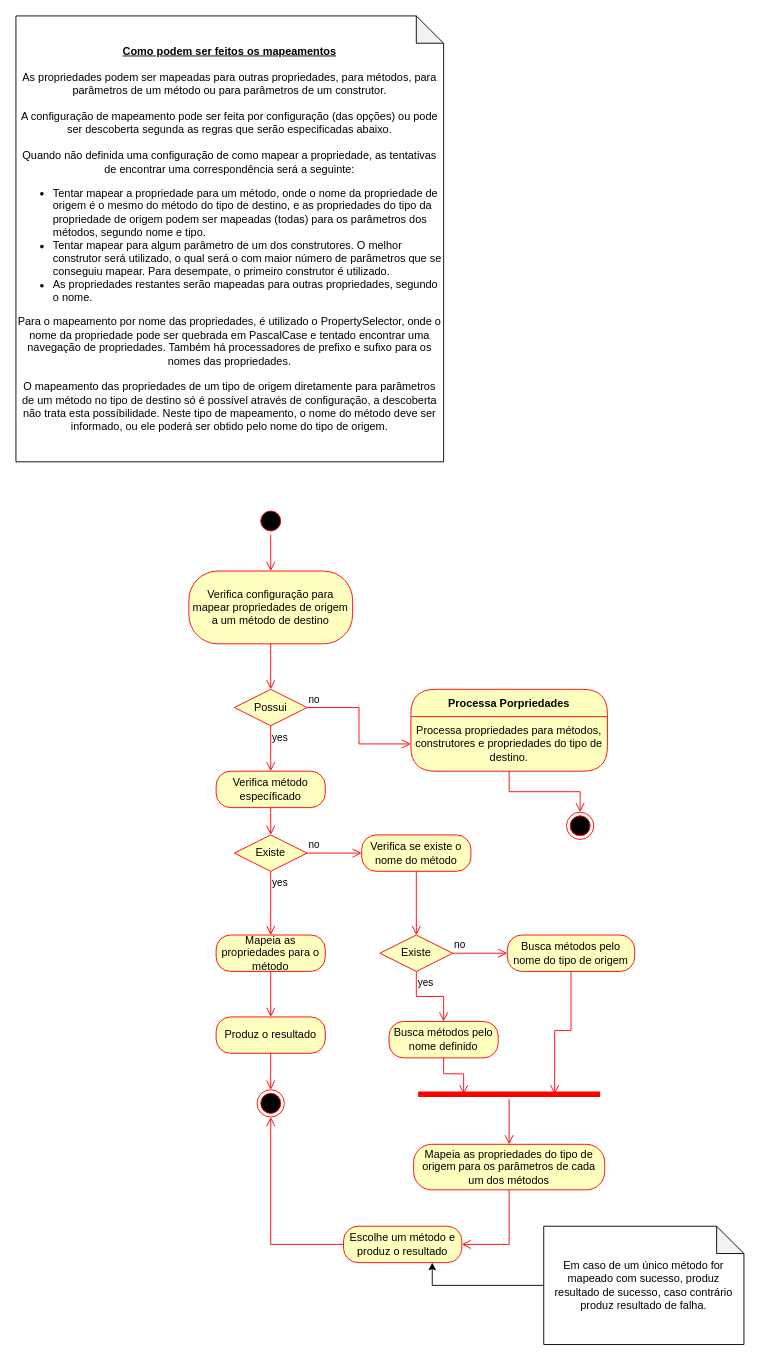
Above: page "Map Flow" (2 of 4) of Diagrams/adapter-flow.drawio in Royal-Code/SmartMapper (draw.io), before the change. Source tidied: cells renumbered, new cells numbered last; positions are measured from the earlier drawing's top-left corner, leaving out a move shared by most shapes. Both pictures are drawn from the tidied source at 91%, with x=0, y=0 at pixel (15, 15).
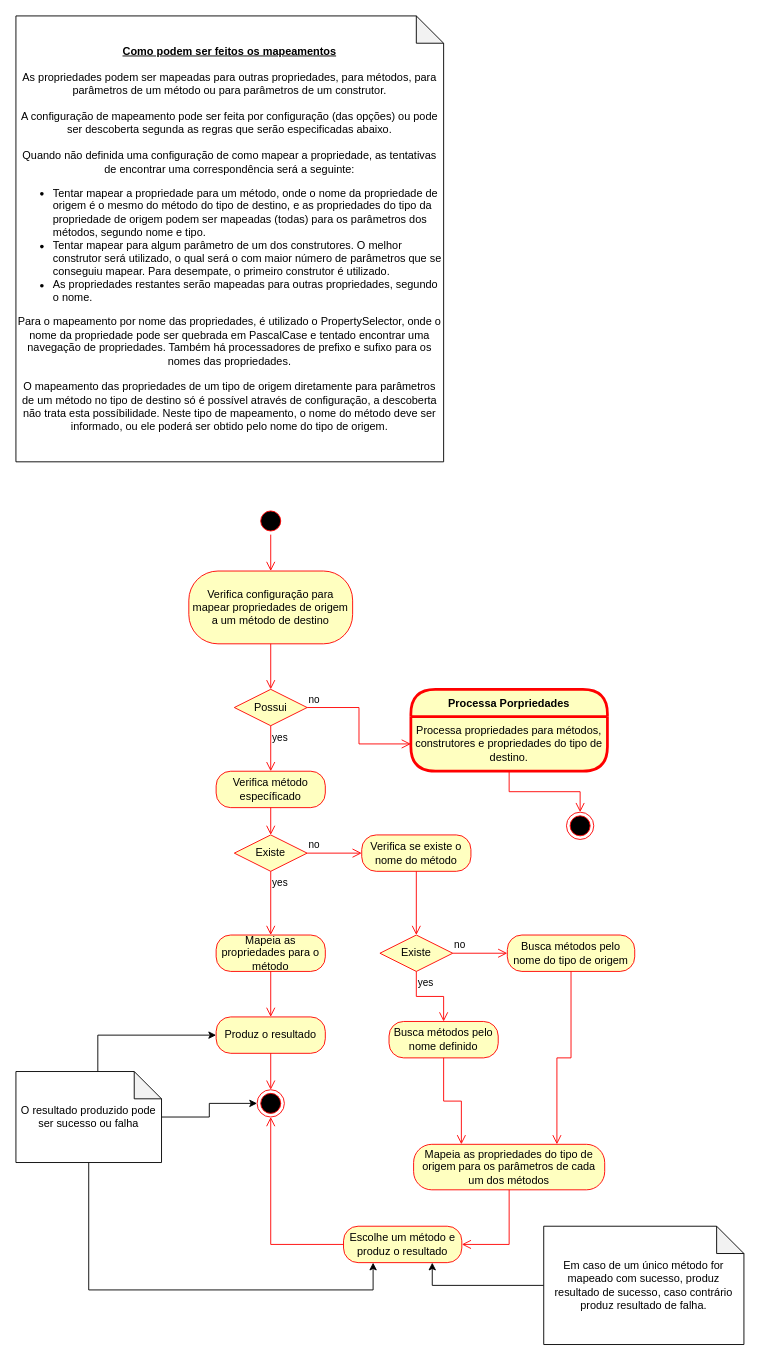
The same diagram, later.

Unchanged cells that the change refers to:
```xml
<mxCell id="17" value="Produz o resultado" style="rounded=1;whiteSpace=wrap;html=1;arcSize=40;fontColor=#000000;fillColor=#ffffc0;strokeColor=#ff0000;" parent="1" vertex="1">
  <mxGeometry x="220" y="1100" width="120" height="40" as="geometry" />
</mxCell>
<mxCell id="19" style="ellipse;html=1;shape=endState;fillColor=#000000;strokeColor=#ff0000;" parent="1" vertex="1">
  <mxGeometry x="265" y="1180" width="30" height="30" as="geometry" />
</mxCell>
<mxCell id="28" value="Busca métodos pelo nome do tipo de origem" style="rounded=1;whiteSpace=wrap;html=1;arcSize=40;fontColor=#000000;fillColor=#ffffc0;strokeColor=#ff0000;" parent="1" vertex="1">
  <mxGeometry x="540" y="1010" width="140" height="40" as="geometry" />
</mxCell>
<mxCell id="30" value="Busca métodos pelo nome definido" style="rounded=1;whiteSpace=wrap;html=1;arcSize=40;fontColor=#000000;fillColor=#ffffc0;strokeColor=#ff0000;" parent="1" vertex="1">
  <mxGeometry x="410" y="1105" width="120" height="40" as="geometry" />
</mxCell>
<mxCell id="35" value="Mapeia as propriedades do tipo de origem para os parâmetros de cada um dos métodos" style="rounded=1;whiteSpace=wrap;html=1;arcSize=40;fontColor=#000000;fillColor=#ffffc0;strokeColor=#ff0000;" parent="1" vertex="1">
  <mxGeometry x="437" y="1240" width="210" height="50" as="geometry" />
</mxCell>
<mxCell id="37" value="Escolhe um método e produz o resultado" style="rounded=1;whiteSpace=wrap;html=1;arcSize=40;fontColor=#000000;fillColor=#ffffc0;strokeColor=#ff0000;" parent="1" vertex="1">
  <mxGeometry x="360" y="1330" width="130" height="40" as="geometry" />
</mxCell>
```

Change to the diagram source:
```diff
@@
-    <mxCell id="20" value="Processa Porpriedades" style="swimlane;fontStyle=1;align=center;verticalAlign=middle;horizontal=1;startSize=30;fontColor=#000000;rounded=1;arcSize=30;strokeColor=#ff0000;fillColor=#ffffc0;swimlaneFillColor=#ffffc0;" parent="1" vertex="1">
+    <mxCell id="20" value="Processa Porpriedades" style="swimlane;fontStyle=1;align=center;verticalAlign=middle;horizontal=1;startSize=30;fontColor=#000000;rounded=1;arcSize=30;strokeColor=#ff0000;fillColor=#ffffc0;swimlaneFillColor=#ffffc0;strokeWidth=3;" parent="1" vertex="1">
       <mxGeometry x="434" y="740" width="216" height="90" as="geometry" />
     </mxCell>
@@
-    <mxCell id="29" style="edgeStyle=orthogonalEdgeStyle;html=1;verticalAlign=bottom;endArrow=open;endSize=8;strokeColor=#ff0000;rounded=0;entryX=0.75;entryY=0.5;entryDx=0;entryDy=0;entryPerimeter=0;" parent="1" edge="1" source="28" target="31">
+    <mxCell id="29" style="edgeStyle=orthogonalEdgeStyle;html=1;verticalAlign=bottom;endArrow=open;endSize=8;strokeColor=#ff0000;rounded=0;entryX=0.75;entryY=0;entryDx=0;entryDy=0;" parent="1" edge="1" source="28" target="35">
       <mxGeometry relative="1" as="geometry" />
     </mxCell>
@@
-    <mxCell id="31" style="shape=line;html=1;strokeWidth=6;strokeColor=#ff0000;" parent="1" vertex="1">
-      <mxGeometry x="442" y="1180" width="200" height="10" as="geometry" />
-    </mxCell>
-    <mxCell id="32" style="edgeStyle=orthogonalEdgeStyle;html=1;verticalAlign=bottom;endArrow=open;endSize=8;strokeColor=#ff0000;rounded=0;entryX=0.5;entryY=0;entryDx=0;entryDy=0;" parent="1" edge="1" source="31" target="35">
-      <mxGeometry relative="1" as="geometry" />
-    </mxCell>
-    <mxCell id="33" style="edgeStyle=orthogonalEdgeStyle;html=1;verticalAlign=bottom;endArrow=open;endSize=8;strokeColor=#ff0000;rounded=0;entryX=0.25;entryY=0.5;entryDx=0;entryDy=0;entryPerimeter=0;exitX=0.5;exitY=1;exitDx=0;exitDy=0;" parent="1" edge="1" source="30" target="31">
+    <mxCell id="33" style="edgeStyle=orthogonalEdgeStyle;html=1;verticalAlign=bottom;endArrow=open;endSize=8;strokeColor=#ff0000;rounded=0;entryX=0.25;entryY=0;entryDx=0;entryDy=0;exitX=0.5;exitY=1;exitDx=0;exitDy=0;" parent="1" edge="1" source="30" target="35">
       <mxGeometry relative="1" as="geometry" />
     </mxCell>
@@
+    <mxCell id="41" style="edgeStyle=orthogonalEdgeStyle;rounded=0;jettySize=auto;html=1;entryX=0;entryY=0.5;entryDx=0;entryDy=0;" parent="1" edge="1" source="44" target="19">
+      <mxGeometry relative="1" as="geometry" />
+    </mxCell>
+    <mxCell id="42" style="edgeStyle=orthogonalEdgeStyle;rounded=0;jettySize=auto;html=1;entryX=0;entryY=0.5;entryDx=0;entryDy=0;" parent="1" edge="1" source="44" target="17">
+      <mxGeometry relative="1" as="geometry">
+        <Array as="points">
+          <mxPoint x="90" y="1120" />
+        </Array>
+      </mxGeometry>
+    </mxCell>
+    <mxCell id="43" style="edgeStyle=orthogonalEdgeStyle;rounded=0;jettySize=auto;html=1;entryX=0.25;entryY=1;entryDx=0;entryDy=0;" parent="1" edge="1" source="44" target="37">
+      <mxGeometry relative="1" as="geometry">
+        <Array as="points">
+          <mxPoint x="80" y="1400" />
+          <mxPoint x="393" y="1400" />
+        </Array>
+      </mxGeometry>
+    </mxCell>
+    <mxCell id="44" value="O resultado produzido pode ser sucesso ou falha" style="shape=note;whiteSpace=wrap;html=1;backgroundOutline=1;darkOpacity=0.05;" parent="1" vertex="1">
+      <mxGeometry y="1160" width="160" height="100" as="geometry" />
+    </mxCell>
```
